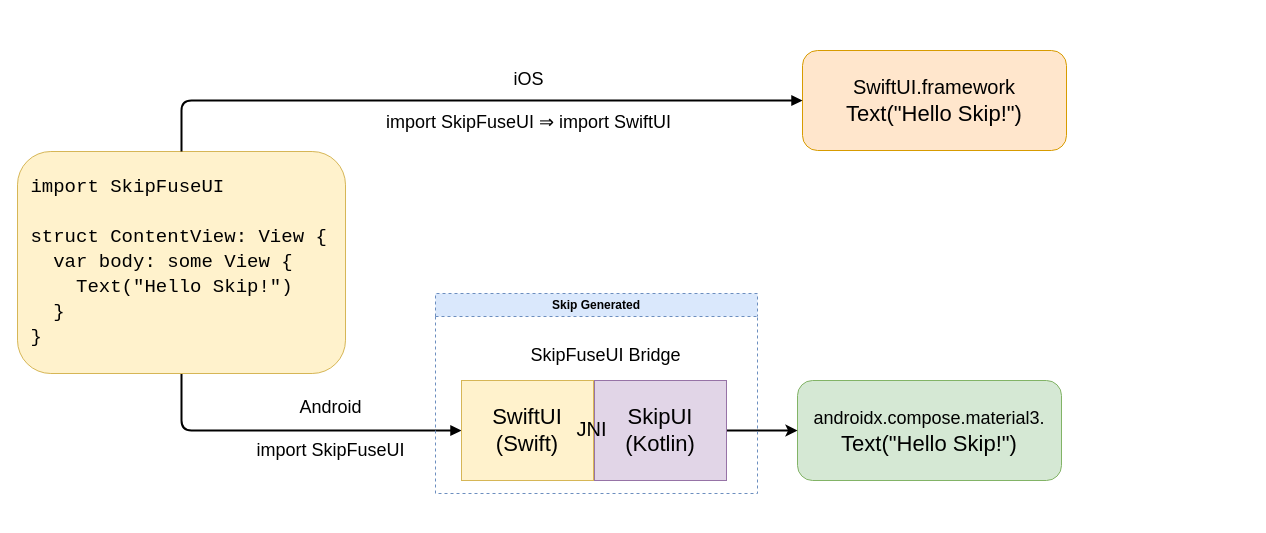
Before: page "skip-fuse-ui-bridge" (13 of 14) of diagrams/skip-diagrams.drawio in skiptools/assets.skip.tools, a draw.io diagram. Source tidied: cells renumbered, new cells numbered last; positions are measured from the earlier drawing's top-left corner, leaving out a move shared by most shapes. Both pictures are drawn from the tidied source at 100%, with x=0, y=0 at pixel (17, 50).
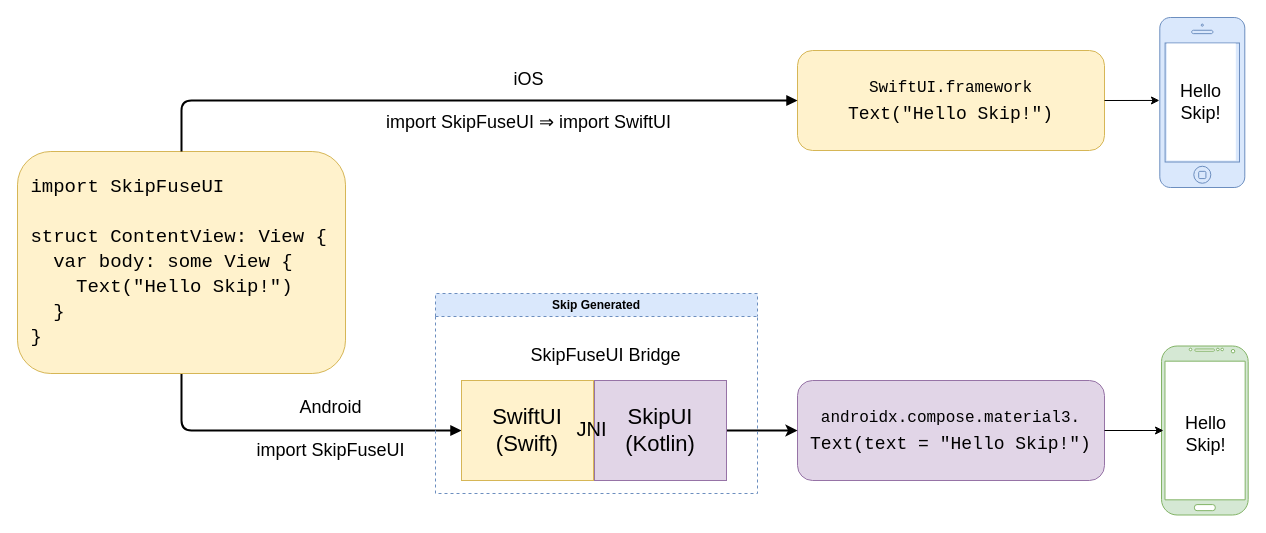
Above is the later version.

The edit, as a diff of the source:
```diff
@@
-    <mxCell id="6" value="&lt;span style=&quot;font-size: 18px;&quot;&gt;androidx.compose.material3.&lt;/span&gt;&lt;div&gt;&lt;font&gt;Text(&quot;Hello Skip!&quot;)&lt;/font&gt;&lt;/div&gt;" style="rounded=1;whiteSpace=wrap;html=1;fontSize=22;fillColor=#d5e8d4;strokeColor=#82b366;fillStyle=auto;" parent="1" vertex="1">
-      <mxGeometry x="780" y="330" width="264" height="100" as="geometry" />
+    <mxCell id="6" value="&lt;pre&gt;&lt;font style=&quot;&quot;&gt;&lt;font style=&quot;font-size: 16px;&quot;&gt;androidx.compose.material3.&lt;br&gt;&lt;/font&gt;&lt;font style=&quot;font-size: 18px;&quot;&gt;Text(text = &quot;Hello Skip!&quot;)&lt;/font&gt;&lt;/font&gt;&lt;/pre&gt;" style="rounded=1;whiteSpace=wrap;html=1;fontSize=22;fillColor=#e1d5e7;strokeColor=#9673a6;fillStyle=auto;" parent="1" vertex="1">
+      <mxGeometry x="780" y="330" width="307" height="100" as="geometry" />
     </mxCell>
-    <mxCell id="7" value="&lt;font style=&quot;font-size: 20px;&quot;&gt;SwiftUI.framework&lt;/font&gt;&lt;div&gt;Text(&quot;Hello Skip!&quot;)&lt;/div&gt;" style="rounded=1;whiteSpace=wrap;html=1;fontSize=22;fillColor=#ffe6cc;strokeColor=#d79b00;" parent="1" vertex="1">
-      <mxGeometry x="785" width="264" height="100" as="geometry" />
+    <mxCell id="7" value="&lt;pre&gt;&lt;font style=&quot;&quot;&gt;&lt;font style=&quot;font-size: 16px;&quot;&gt;SwiftUI.framework&lt;br&gt;&lt;/font&gt;&lt;span style=&quot;font-size: 18px;&quot;&gt;Text(&quot;Hello Skip!&quot;)&lt;/span&gt;&lt;/font&gt;&lt;/pre&gt;" style="rounded=1;whiteSpace=wrap;html=1;fontSize=22;fillColor=#fff2cc;strokeColor=#d6b656;" parent="1" vertex="1">
+      <mxGeometry x="780" width="307" height="100" as="geometry" />
     </mxCell>
@@
+    <mxCell id="15" style="verticalLabelPosition=bottom;verticalAlign=top;html=1;shadow=0;dashed=0;strokeWidth=1;shape=mxgraph.android.phone2;strokeColor=#82b366;fillColor=#d5e8d4;" parent="1" vertex="1">
+      <mxGeometry x="1144" y="295.5" width="86.7" height="169" as="geometry" />
+    </mxCell>
+    <mxCell id="16" value="&lt;span style=&quot;font-size: 18px;&quot;&gt;Hello&lt;/span&gt;&lt;div&gt;&lt;span style=&quot;font-size: 18px;&quot;&gt;Skip!&lt;/span&gt;&lt;/div&gt;" style="text;html=1;align=center;verticalAlign=middle;strokeColor=none;fillColor=none;" parent="1" vertex="1">
+      <mxGeometry x="1158.3" y="356" width="59" height="55" as="geometry" />
+    </mxCell>
+    <mxCell id="17" style="html=1;verticalLabelPosition=bottom;labelBackgroundColor=#ffffff;verticalAlign=top;shadow=0;dashed=0;strokeWidth=1;shape=mxgraph.ios7.misc.iphone;strokeColor=#6c8ebf;fillColor=#dae8fc;" parent="1" vertex="1">
+      <mxGeometry x="1142.3" y="-33" width="85" height="170" as="geometry" />
+    </mxCell>
+    <mxCell id="18" value="&lt;span style=&quot;font-size: 18px;&quot;&gt;Hello&lt;/span&gt;&lt;div&gt;&lt;span style=&quot;font-size: 18px;&quot;&gt;Skip!&lt;/span&gt;&lt;/div&gt;" style="rounded=0;whiteSpace=wrap;html=1;strokeColor=none;" parent="1" vertex="1">
+      <mxGeometry x="1149.3" y="-7" width="69" height="117" as="geometry" />
+    </mxCell>
+    <mxCell id="19" style="edgeStyle=orthogonalEdgeStyle;rounded=0;jettySize=auto;html=1;exitX=1;exitY=0.5;exitDx=0;exitDy=0;entryX=0.023;entryY=0.5;entryDx=0;entryDy=0;entryPerimeter=0;" parent="1" edge="1" source="6" target="15">
+      <mxGeometry relative="1" as="geometry" />
+    </mxCell>
+    <mxCell id="20" style="edgeStyle=orthogonalEdgeStyle;rounded=0;jettySize=auto;html=1;exitX=1;exitY=0.5;exitDx=0;exitDy=0;entryX=-0.004;entryY=0.488;entryDx=0;entryDy=0;entryPerimeter=0;" parent="1" edge="1" source="7" target="17">
+      <mxGeometry relative="1" as="geometry" />
+    </mxCell>
```
